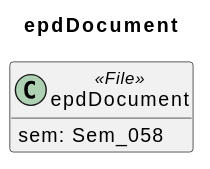
The PlantUML diagram docs/model/sections/epdDocument.svg in Leeeks/aas-epd-type-iii-submodel, before a commit.
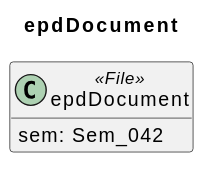
After the change.

Change to the diagram source:
```diff
@@ -5,6 +5,6 @@
 hide empty members
 
 class epdDocument <<File>> {
-  sem: Sem_058
+  sem: Sem_042
 }
 @enduml
```
